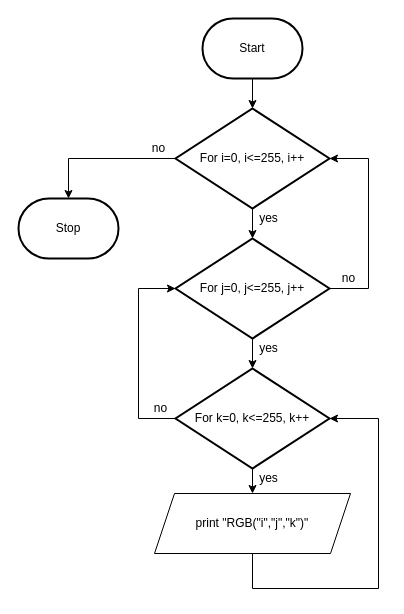
Above: page "Flowchart" (1 of 2) of design.drawio in Samuel-Webster-178/ICS3U-Unit4-Unit4-06-Python (draw.io), before the change. Source tidied: cells renumbered, new cells numbered last; positions are measured from the earlier drawing's top-left corner, leaving out a move shared by most shapes. Both pictures are drawn from the tidied source at 100%, with x=0, y=0 at pixel (18, 18).
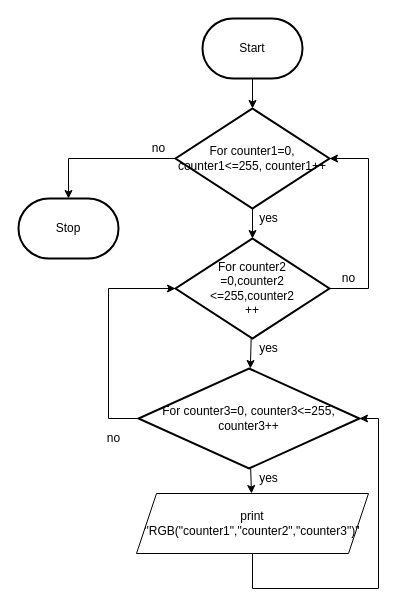
The same diagram, later.

What changed in the source:
```diff
@@
-    <mxCell id="7" value="For i=0, i&amp;lt;=255, i++" style="strokeWidth=2;html=1;shape=mxgraph.flowchart.decision;whiteSpace=wrap;" parent="1" vertex="1">
+    <mxCell id="7" value="For counter1=0, counter1&amp;lt;=255, counter1++" style="strokeWidth=2;html=1;shape=mxgraph.flowchart.decision;whiteSpace=wrap;" parent="1" vertex="1">
       <mxGeometry x="157" y="90" width="154" height="100" as="geometry" />
     </mxCell>
@@
-    <mxCell id="10" value="For j=0, j&amp;lt;=255, j++" style="strokeWidth=2;html=1;shape=mxgraph.flowchart.decision;whiteSpace=wrap;" parent="1" vertex="1">
+    <mxCell id="10" value="For counter2&lt;br&gt;=0,counter2&lt;br&gt;&amp;lt;=255,counter2&lt;br&gt;++" style="strokeWidth=2;html=1;shape=mxgraph.flowchart.decision;whiteSpace=wrap;" parent="1" vertex="1">
       <mxGeometry x="157" y="220" width="154" height="100" as="geometry" />
     </mxCell>
@@
-    <mxCell id="12" style="edgeStyle=orthogonalEdgeStyle;rounded=0;html=1;entryX=0;entryY=0.5;entryDx=0;entryDy=0;entryPerimeter=0;" parent="1" edge="1" source="13" target="10">
+    <mxCell id="12" style="edgeStyle=orthogonalEdgeStyle;rounded=0;html=1;entryX=0;entryY=0.5;entryDx=0;entryDy=0;entryPerimeter=0;exitX=0;exitY=0.5;exitDx=0;exitDy=0;exitPerimeter=0;" parent="1" edge="1" source="13" target="10">
       <mxGeometry relative="1" as="geometry">
         <Array as="points">
-          <mxPoint x="120" y="400" />
-          <mxPoint x="120" y="270" />
+          <mxPoint x="90" y="400" />
+          <mxPoint x="90" y="270" />
         </Array>
       </mxGeometry>
     </mxCell>
-    <mxCell id="13" value="For k=0, k&amp;lt;=255, k++" style="strokeWidth=2;html=1;shape=mxgraph.flowchart.decision;whiteSpace=wrap;" parent="1" vertex="1">
-      <mxGeometry x="157" y="350" width="154" height="100" as="geometry" />
+    <mxCell id="13" value="For counter3=0, counter3&amp;lt;=255, counter3++" style="strokeWidth=2;html=1;shape=mxgraph.flowchart.decision;whiteSpace=wrap;" parent="1" vertex="1">
+      <mxGeometry x="120" y="350" width="221" height="100" as="geometry" />
     </mxCell>
@@
-    <mxCell id="15" value="print &quot;RGB(&quot;i&quot;,&quot;j&quot;,&quot;k&quot;)&quot;" style="shape=parallelogram;perimeter=parallelogramPerimeter;whiteSpace=wrap;html=1;fixedSize=1;" parent="1" vertex="1">
-      <mxGeometry x="136" y="475" width="196" height="60" as="geometry" />
+    <mxCell id="15" value="print &quot;RGB(&quot;counter1&quot;,&quot;counter2&quot;,&quot;counter3&quot;)&quot;" style="shape=parallelogram;perimeter=parallelogramPerimeter;whiteSpace=wrap;html=1;fixedSize=1;" parent="1" vertex="1">
+      <mxGeometry x="118" y="475" width="232" height="60" as="geometry" />
     </mxCell>
@@
     <mxCell id="21" value="no" style="text;html=1;align=center;verticalAlign=middle;strokeColor=none;fillColor=none;" parent="1" vertex="1">
-      <mxGeometry x="127" y="380" width="30" height="20" as="geometry" />
+      <mxGeometry x="80" y="410" width="30" height="20" as="geometry" />
     </mxCell>
```
